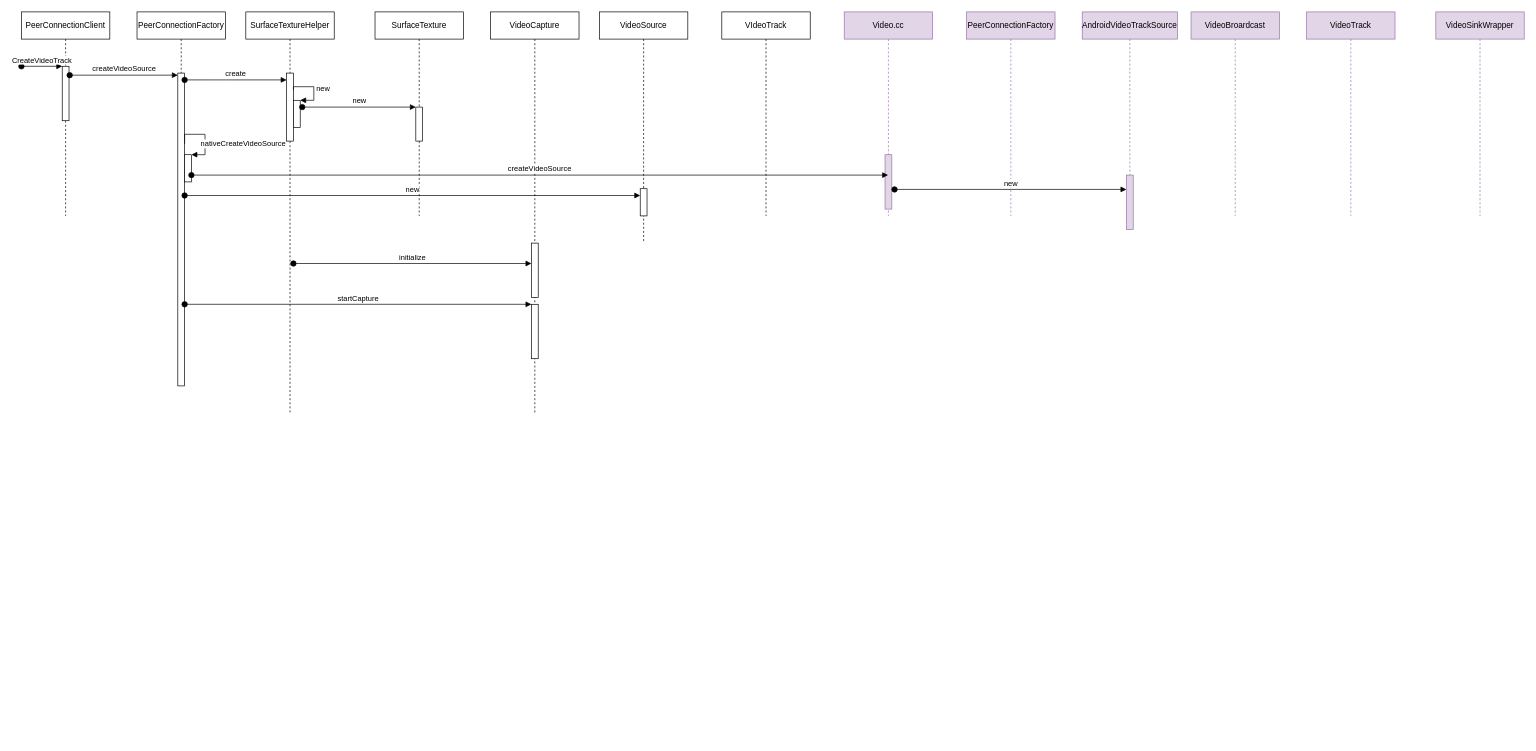
Above: 音画同步.drawio in could-deng/android-architecture (draw.io), before the change. Source tidied: cells renumbered, new cells numbered last; positions are measured from the earlier drawing's top-left corner, leaving out a move shared by most shapes. Both pictures are drawn from the tidied source at 68%, with x=0, y=0 at pixel (21, 12).
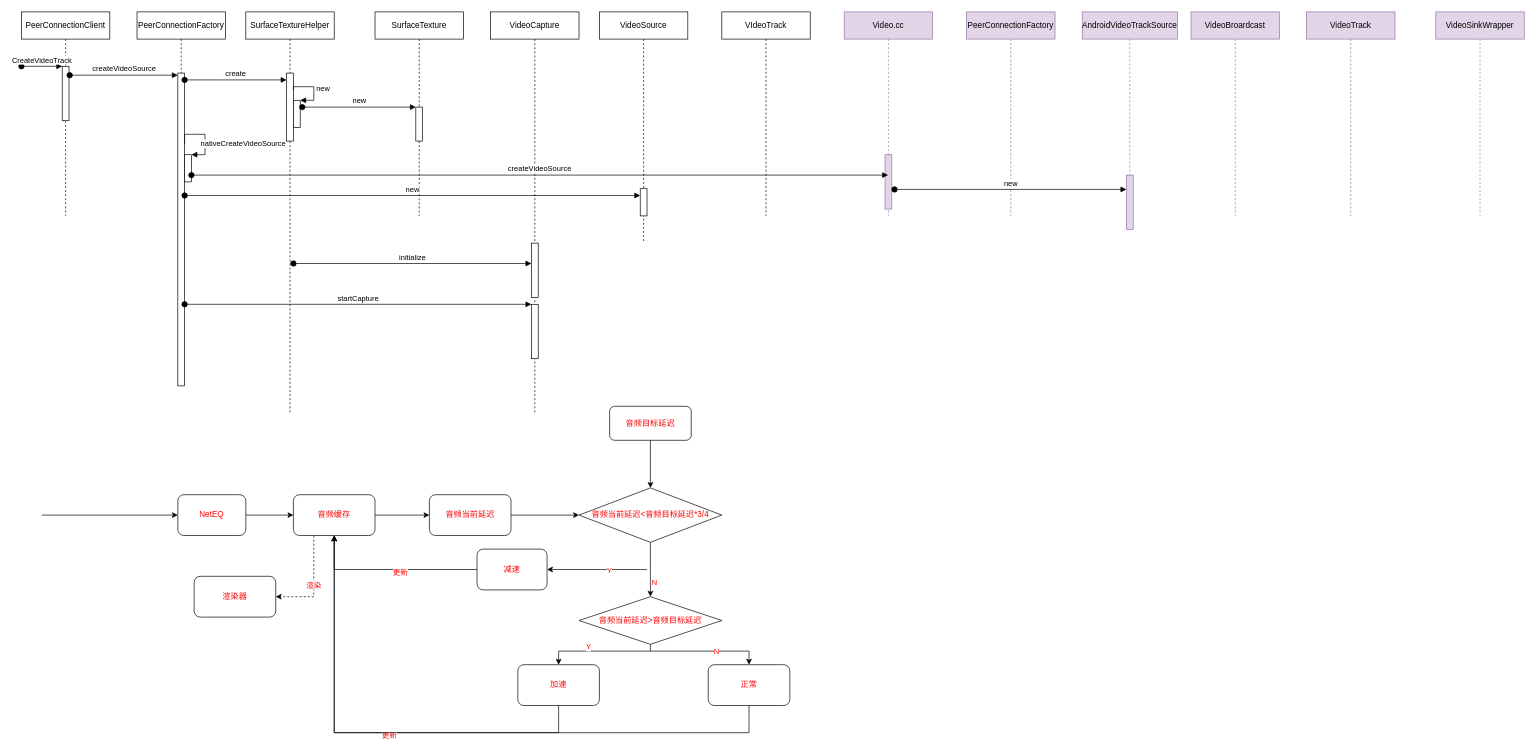
Above is the later version.

What changed in the source:
```diff
@@
+    <mxCell id="37" style="edgeStyle=orthogonalEdgeStyle;rounded=0;jettySize=auto;html=1;fontColor=#FF0000;" parent="1" edge="1" source="38" target="42">
+      <mxGeometry relative="1" as="geometry" />
+    </mxCell>
+    <mxCell id="38" value="NetEQ" style="rounded=1;whiteSpace=wrap;html=1;fontColor=#FF0000;" parent="1" vertex="1">
+      <mxGeometry x="230" y="710" width="100" height="60" as="geometry" />
+    </mxCell>
+    <mxCell id="39" style="endArrow=classic;html=1;" parent="1" edge="1">
+      <mxGeometry relative="1" as="geometry">
+        <mxPoint x="30" y="740" as="sourcePoint" />
+        <mxPoint x="230" y="740" as="targetPoint" />
+      </mxGeometry>
+    </mxCell>
+    <mxCell id="40" style="edgeStyle=orthogonalEdgeStyle;rounded=0;jettySize=auto;html=1;fontColor=#FF0000;" parent="1" edge="1" source="42" target="44">
+      <mxGeometry relative="1" as="geometry" />
+    </mxCell>
+    <mxCell id="41" value="渲染" style="edgeStyle=orthogonalEdgeStyle;rounded=0;jettySize=auto;html=1;exitX=0.25;exitY=1;exitDx=0;exitDy=0;entryX=1;entryY=0.5;entryDx=0;entryDy=0;fontColor=#FF0000;dashed=1;" parent="1" edge="1" source="42" target="65">
+      <mxGeometry relative="1" as="geometry" />
+    </mxCell>
+    <mxCell id="42" value="音频缓存" style="whiteSpace=wrap;html=1;rounded=1;fontColor=#FF0000;" parent="1" vertex="1">
+      <mxGeometry x="400" y="710" width="120" height="60" as="geometry" />
+    </mxCell>
+    <mxCell id="43" style="edgeStyle=orthogonalEdgeStyle;rounded=0;jettySize=auto;html=1;fontColor=#FF0000;" parent="1" edge="1" source="44">
+      <mxGeometry relative="1" as="geometry">
+        <mxPoint x="820" y="740" as="targetPoint" />
+      </mxGeometry>
+    </mxCell>
+    <mxCell id="44" value="音频当前延迟" style="whiteSpace=wrap;html=1;rounded=1;fontColor=#FF0000;" parent="1" vertex="1">
+      <mxGeometry x="600" y="710" width="120" height="60" as="geometry" />
+    </mxCell>
+    <mxCell id="45" style="edgeStyle=orthogonalEdgeStyle;rounded=0;jettySize=auto;html=1;fontColor=#FF0000;" parent="1" edge="1" source="47" target="50">
+      <mxGeometry relative="1" as="geometry">
+        <Array as="points">
+          <mxPoint x="925" y="820" />
+          <mxPoint x="925" y="820" />
+        </Array>
+      </mxGeometry>
+    </mxCell>
+    <mxCell id="46" value="N" style="edgeLabel;html=1;align=center;verticalAlign=middle;fontColor=#FF0000;" parent="45" vertex="1">
+      <mxGeometry x="0.46" y="5" relative="1" as="geometry" />
+    </mxCell>
+    <mxCell id="47" value="音频当前延迟&amp;lt;音频目标延迟*3/4" style="rhombus;whiteSpace=wrap;html=1;fontColor=#FF0000;" parent="1" vertex="1">
+      <mxGeometry x="820" y="700" width="210" height="80" as="geometry" />
+    </mxCell>
+    <mxCell id="48" style="edgeStyle=orthogonalEdgeStyle;rounded=0;jettySize=auto;html=1;exitX=0.5;exitY=1;exitDx=0;exitDy=0;entryX=0.5;entryY=0;entryDx=0;entryDy=0;fontColor=#FF0000;" parent="1" edge="1" source="50" target="56">
+      <mxGeometry relative="1" as="geometry">
+        <Array as="points">
+          <mxPoint x="790" y="940" />
+        </Array>
+      </mxGeometry>
+    </mxCell>
+    <mxCell id="49" value="Y" style="edgeLabel;html=1;align=center;verticalAlign=middle;fontColor=#FF0000;" parent="48" vertex="1">
+      <mxGeometry x="0.24" y="-7" relative="1" as="geometry" />
+    </mxCell>
+    <mxCell id="50" value="音频当前延迟&amp;gt;音频目标延迟" style="rhombus;whiteSpace=wrap;html=1;fontColor=#FF0000;" parent="1" vertex="1">
+      <mxGeometry x="820" y="860" width="210" height="70" as="geometry" />
+    </mxCell>
+    <mxCell id="51" style="endArrow=classic;html=1;entryX=1;entryY=0.5;entryDx=0;entryDy=0;fontColor=#FF0000;" parent="1" edge="1" target="55">
+      <mxGeometry relative="1" as="geometry">
+        <mxPoint x="920" y="820" as="sourcePoint" />
+      </mxGeometry>
+    </mxCell>
+    <mxCell id="52" value="Y" style="edgeLabel;html=1;align=center;verticalAlign=middle;fontColor=#FF0000;" parent="51" vertex="1">
+      <mxGeometry x="-0.24" relative="1" as="geometry" />
+    </mxCell>
+    <mxCell id="53" style="edgeStyle=orthogonalEdgeStyle;rounded=0;jettySize=auto;html=1;exitX=0;exitY=0.5;exitDx=0;exitDy=0;entryX=0.5;entryY=1;entryDx=0;entryDy=0;fontColor=#FF0000;" parent="1" edge="1" source="55" target="42">
+      <mxGeometry relative="1" as="geometry">
+        <Array as="points">
+          <mxPoint x="460" y="820" />
+        </Array>
+      </mxGeometry>
+    </mxCell>
+    <mxCell id="54" value="更新" style="edgeLabel;html=1;align=center;verticalAlign=middle;fontColor=#FF0000;" parent="53" vertex="1">
+      <mxGeometry x="-0.12" y="3" relative="1" as="geometry" />
+    </mxCell>
+    <mxCell id="55" value="减速" style="whiteSpace=wrap;html=1;rounded=1;fontColor=#FF0000;" parent="1" vertex="1">
+      <mxGeometry x="670" y="790" width="103" height="60" as="geometry" />
+    </mxCell>
+    <mxCell id="56" value="加速" style="rounded=1;whiteSpace=wrap;html=1;fontColor=#FF0000;" parent="1" vertex="1">
+      <mxGeometry x="730" y="960" width="120" height="60" as="geometry" />
+    </mxCell>
+    <mxCell id="57" value="正常" style="rounded=1;whiteSpace=wrap;html=1;fontColor=#FF0000;" parent="1" vertex="1">
+      <mxGeometry x="1010" y="960" width="120" height="60" as="geometry" />
+    </mxCell>
+    <mxCell id="58" style="edgeStyle=orthogonalEdgeStyle;rounded=0;jettySize=auto;html=1;entryX=0.5;entryY=0;entryDx=0;entryDy=0;fontColor=#FF0000;" parent="1" edge="1" target="57">
+      <mxGeometry relative="1" as="geometry">
+        <mxPoint x="925" y="940" as="sourcePoint" />
+        <Array as="points">
+          <mxPoint x="1070" y="940" />
+        </Array>
+      </mxGeometry>
+    </mxCell>
+    <mxCell id="59" value="N" style="edgeLabel;html=1;align=center;verticalAlign=middle;fontColor=#FF0000;" parent="58" vertex="1">
+      <mxGeometry x="0.16" relative="1" as="geometry" />
+    </mxCell>
+    <mxCell id="60" style="edgeStyle=orthogonalEdgeStyle;rounded=0;jettySize=auto;html=1;entryX=0.5;entryY=1;entryDx=0;entryDy=0;exitX=0.5;exitY=1;exitDx=0;exitDy=0;fontColor=#FF0000;" parent="1" edge="1" source="56" target="42">
+      <mxGeometry relative="1" as="geometry">
+        <Array as="points">
+          <mxPoint x="790" y="1060" />
+          <mxPoint x="460" y="1060" />
+        </Array>
+      </mxGeometry>
+    </mxCell>
+    <mxCell id="61" value="更新" style="edgeLabel;html=1;align=center;verticalAlign=middle;fontColor=#FF0000;" parent="60" vertex="1">
+      <mxGeometry x="-0.12" y="3" relative="1" as="geometry" />
+    </mxCell>
+    <mxCell id="62" style="edgeStyle=orthogonalEdgeStyle;rounded=0;jettySize=auto;html=1;exitX=0.5;exitY=1;exitDx=0;exitDy=0;entryX=0.5;entryY=1;entryDx=0;entryDy=0;fontColor=#FF0000;" parent="1" edge="1" source="57" target="42">
+      <mxGeometry relative="1" as="geometry">
+        <Array as="points">
+          <mxPoint x="1070" y="1060" />
+          <mxPoint x="460" y="1060" />
+        </Array>
+      </mxGeometry>
+    </mxCell>
+    <mxCell id="63" style="edgeStyle=orthogonalEdgeStyle;rounded=0;jettySize=auto;html=1;entryX=0.5;entryY=0;entryDx=0;entryDy=0;fontColor=#FF0000;" parent="1" edge="1" source="64" target="47">
+      <mxGeometry relative="1" as="geometry" />
+    </mxCell>
+    <mxCell id="64" value="音频目标延迟" style="rounded=1;whiteSpace=wrap;html=1;fontColor=#FF0000;" parent="1" vertex="1">
+      <mxGeometry x="865" y="580" width="120" height="50" as="geometry" />
+    </mxCell>
+    <mxCell id="65" value="渲染器" style="rounded=1;whiteSpace=wrap;html=1;fontColor=#FF0000;" parent="1" vertex="1">
+      <mxGeometry x="254" y="830" width="120" height="60" as="geometry" />
+    </mxCell>
```
